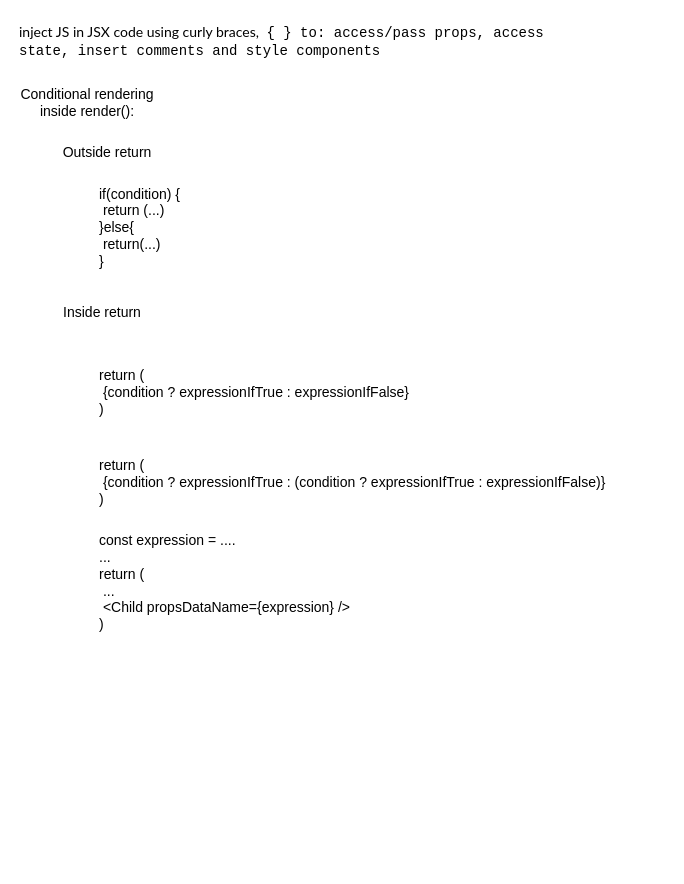
This is page "16 Conditional Rendering in render()" (25 of 26) of Diagram.drawio from f2xiao/learn-react, a draw.io file, before an edit. Source tidied: cells renumbered, new cells numbered last; positions are measured from the earlier drawing's top-left corner, leaving out a move shared by most shapes. Both pictures are drawn from the tidied source at 100%, with x=0, y=0 at pixel (17, 17).
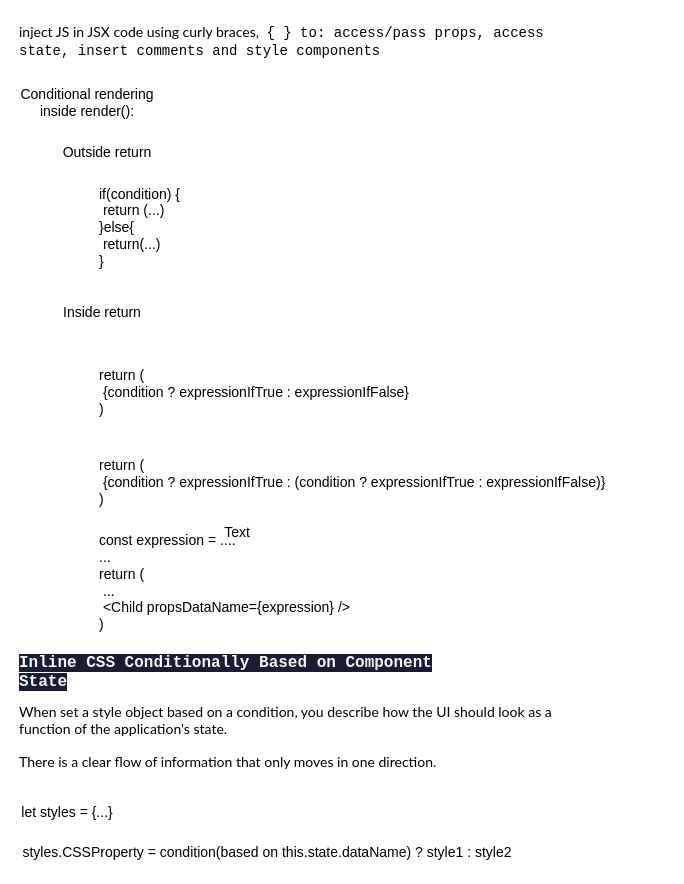
Above is the later version.

Change to the diagram source:
```diff
@@
 <mxGraphModel>
   <root>
     <mxCell id="0" />
     <mxCell id="1" parent="0" />
     <mxCell id="2" value="&lt;span style=&quot;background-color: rgb(255, 255, 255); font-size: 14px;&quot;&gt;&lt;span style=&quot;font-family: Lato, sans-serif; font-style: normal; font-variant-ligatures: normal; font-variant-caps: normal; font-weight: 400; letter-spacing: normal; orphans: 2; text-align: start; text-indent: 0px; text-transform: none; widows: 2; word-spacing: 0px; -webkit-text-stroke-width: 0px; text-decoration-thickness: initial; text-decoration-style: initial; text-decoration-color: initial; float: none; display: inline !important;&quot;&gt;inject JS in JSX code using curly braces,&amp;nbsp;&lt;/span&gt;&lt;code style=&quot;box-sizing: border-box; font-family: &amp;quot;Roboto Mono&amp;quot;, monospace; padding: 2px 4px; border-radius: 0px; overflow-wrap: anywhere; font-style: normal; font-variant-ligatures: normal; font-variant-caps: normal; font-weight: 400; letter-spacing: normal; orphans: 2; text-align: start; text-indent: 0px; text-transform: none; widows: 2; word-spacing: 0px; -webkit-text-stroke-width: 0px; text-decoration-thickness: initial; text-decoration-style: initial; text-decoration-color: initial; text-shadow: none !important;&quot;&gt;{ } to: access/pass props, access state, insert comments and style components&lt;/code&gt;&lt;/span&gt;" style="text;whiteSpace=wrap;html=1;fontColor=#000000;" parent="1" vertex="1">
       <mxGeometry width="570" height="50" as="geometry" />
     </mxCell>
     <mxCell id="3" value="Conditional rendering inside render():" style="text;html=1;strokeColor=none;fillColor=none;align=center;verticalAlign=middle;whiteSpace=wrap;rounded=0;labelBackgroundColor=#FFFFFF;fontSize=14;fontColor=#000000;" parent="1" vertex="1">
       <mxGeometry y="70" width="140" height="30" as="geometry" />
     </mxCell>
     <mxCell id="4" value="if(condition) {&lt;br&gt;&lt;span style=&quot;white-space: pre;&quot;&gt; &lt;/span&gt;return (...)&lt;br&gt;}else{&lt;br&gt;&lt;span style=&quot;white-space: pre;&quot;&gt; &lt;/span&gt;return(...)&lt;br&gt;}" style="text;html=1;strokeColor=none;fillColor=none;align=left;verticalAlign=middle;whiteSpace=wrap;rounded=0;labelBackgroundColor=#FFFFFF;fontSize=14;fontColor=#000000;" parent="1" vertex="1">
       <mxGeometry x="80" y="160" width="110" height="100" as="geometry" />
     </mxCell>
     <mxCell id="5" value="Outside return" style="text;html=1;strokeColor=none;fillColor=none;align=center;verticalAlign=middle;whiteSpace=wrap;rounded=0;labelBackgroundColor=#FFFFFF;fontSize=14;fontColor=#000000;" parent="1" vertex="1">
       <mxGeometry x="40" y="120" width="100" height="30" as="geometry" />
     </mxCell>
     <mxCell id="6" value="return (&lt;br&gt;&lt;span style=&quot;white-space: pre;&quot;&gt; &lt;/span&gt;{condition ? expressionIfTrue : expressionIfFalse}&lt;br&gt;)" style="text;html=1;strokeColor=none;fillColor=none;align=left;verticalAlign=middle;whiteSpace=wrap;rounded=0;labelBackgroundColor=#FFFFFF;fontSize=14;fontColor=#000000;" parent="1" vertex="1">
       <mxGeometry x="80" y="340" width="360" height="70" as="geometry" />
     </mxCell>
     <mxCell id="7" value="Inside return" style="text;html=1;strokeColor=none;fillColor=none;align=center;verticalAlign=middle;whiteSpace=wrap;rounded=0;labelBackgroundColor=#FFFFFF;fontSize=14;fontColor=#000000;" parent="1" vertex="1">
       <mxGeometry x="40" y="280" width="90" height="30" as="geometry" />
     </mxCell>
     <mxCell id="8" value="const expression = ....&lt;br&gt;...&lt;br&gt;return (&lt;br&gt;&lt;span style=&quot;white-space: pre;&quot;&gt; &lt;/span&gt;...&lt;br&gt;&lt;span style=&quot;white-space: pre;&quot;&gt; &lt;/span&gt;&amp;lt;Child propsDataName={expression} /&amp;gt;&lt;br&gt;)" style="text;html=1;strokeColor=none;fillColor=none;align=left;verticalAlign=middle;whiteSpace=wrap;rounded=0;labelBackgroundColor=#FFFFFF;fontSize=14;fontColor=#000000;" parent="1" vertex="1">
       <mxGeometry x="80" y="520" width="340" height="90" as="geometry" />
     </mxCell>
     <mxCell id="9" value="return (&lt;br&gt;&lt;span style=&quot;&quot;&gt; &lt;/span&gt;&lt;span style=&quot;white-space: pre;&quot;&gt; &lt;/span&gt;{condition ? expressionIfTrue : (condition ? expressionIfTrue : expressionIfFalse)}&lt;br&gt;)" style="text;html=1;strokeColor=none;fillColor=none;align=left;verticalAlign=middle;whiteSpace=wrap;rounded=0;labelBackgroundColor=#FFFFFF;fontSize=14;fontColor=#000000;" parent="1" vertex="1">
       <mxGeometry x="80" y="430" width="570" height="70" as="geometry" />
     </mxCell>
+    <mxCell id="10" value="&lt;span style=&quot;color: rgb(245, 246, 247); font-family: &amp;quot;Roboto Mono&amp;quot;, monospace; font-size: 16px; font-style: normal; font-variant-ligatures: normal; font-variant-caps: normal; font-weight: 700; letter-spacing: normal; orphans: 2; text-align: center; text-indent: 0px; text-transform: none; widows: 2; word-spacing: 0px; -webkit-text-stroke-width: 0px; background-color: rgb(27, 27, 50); text-decoration-thickness: initial; text-decoration-style: initial; text-decoration-color: initial; float: none; display: inline !important;&quot;&gt;Inline CSS Conditionally Based on Component State&lt;/span&gt;" style="text;whiteSpace=wrap;html=1;fontSize=14;fontColor=#000000;" parent="1" vertex="1">
+      <mxGeometry y="630" width="460" height="30" as="geometry" />
+    </mxCell>
+    <mxCell id="11" value="&lt;span style=&quot;font-family: Lato, sans-serif; font-style: normal; font-variant-ligatures: normal; font-variant-caps: normal; font-weight: 400; letter-spacing: normal; orphans: 2; text-align: start; text-indent: 0px; text-transform: none; widows: 2; word-spacing: 0px; -webkit-text-stroke-width: 0px; text-decoration-thickness: initial; text-decoration-style: initial; text-decoration-color: initial; float: none; background-color: rgb(255, 255, 255); display: inline !important;&quot;&gt;&lt;font style=&quot;font-size: 14px;&quot;&gt;When set a style object based on a condition, you describe how the UI should look as a function of the application's state.&lt;/font&gt;&lt;/span&gt;" style="text;whiteSpace=wrap;html=1;fontSize=14;fontColor=#000000;" parent="1" vertex="1">
+      <mxGeometry y="680" width="550" height="50" as="geometry" />
+    </mxCell>
+    <mxCell id="12" value="&lt;span style=&quot;font-family: Lato, sans-serif; font-style: normal; font-variant-ligatures: normal; font-variant-caps: normal; font-weight: 400; letter-spacing: normal; orphans: 2; text-align: start; text-indent: 0px; text-transform: none; widows: 2; word-spacing: 0px; -webkit-text-stroke-width: 0px; text-decoration-thickness: initial; text-decoration-style: initial; text-decoration-color: initial; float: none; background-color: rgb(255, 255, 255); display: inline !important;&quot;&gt;&lt;font style=&quot;font-size: 14px;&quot;&gt;There is a clear flow of information that only moves in one direction.&amp;nbsp;&lt;/font&gt;&lt;/span&gt;" style="text;whiteSpace=wrap;html=1;fontSize=14;fontColor=#000000;" parent="1" vertex="1">
+      <mxGeometry y="730" width="550" height="40" as="geometry" />
+    </mxCell>
+    <mxCell id="13" value="let styles = {...}" style="text;html=1;strokeColor=none;fillColor=none;align=center;verticalAlign=middle;whiteSpace=wrap;rounded=0;labelBackgroundColor=#FFFFFF;fontSize=14;fontColor=#000000;" parent="1" vertex="1">
+      <mxGeometry y="780" width="100" height="30" as="geometry" />
+    </mxCell>
+    <mxCell id="14" value="Text" style="text;html=1;strokeColor=none;fillColor=none;align=center;verticalAlign=middle;whiteSpace=wrap;rounded=0;labelBackgroundColor=#FFFFFF;fontSize=14;fontColor=#000000;" parent="1" vertex="1">
+      <mxGeometry x="190" y="500" width="60" height="30" as="geometry" />
+    </mxCell>
+    <mxCell id="15" value="styles.CSSProperty = condition(based on this.state.dataName) ? style1 : style2" style="text;html=1;strokeColor=none;fillColor=none;align=center;verticalAlign=middle;whiteSpace=wrap;rounded=0;labelBackgroundColor=#FFFFFF;fontSize=14;fontColor=#000000;" parent="1" vertex="1">
+      <mxGeometry y="820" width="500" height="30" as="geometry" />
+    </mxCell>
   </root>
 </mxGraphModel>
```
